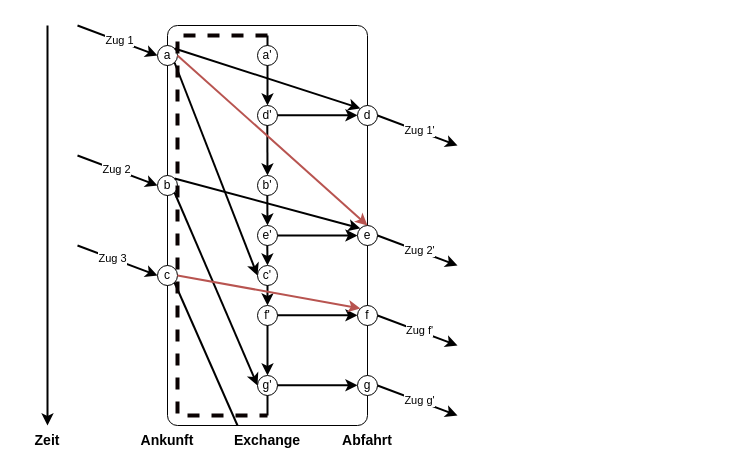
The draw.io diagram __draw.io_raw/time_expanded_constant_interchange.drawio in SomeDudeOnThisPage/TUDA-SeminarTimetables-Slides, before the edit. Source tidied: cells renumbered, new cells numbered last; positions are measured from the earlier drawing's top-left corner, leaving out a move shared by most shapes. Both pictures are drawn from the tidied source at 100%, with x=0, y=0 at pixel (17, 25).
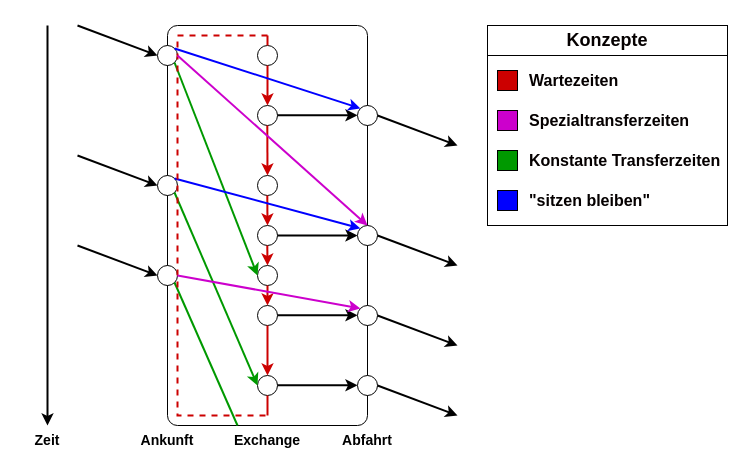
The same page after the edit.

Unchanged cells that the change refers to:
```xml
<mxCell id="10" style="endArrow=classic;html=1;rounded=0;strokeWidth=2;" parent="1" edge="1">
  <mxGeometry relative="1" as="geometry">
    <mxPoint x="60" as="sourcePoint" />
    <mxPoint x="140" y="30" as="targetPoint" />
  </mxGeometry>
</mxCell>
<mxCell id="12" style="endArrow=classic;html=1;rounded=0;strokeWidth=2;" parent="1" edge="1">
  <mxGeometry relative="1" as="geometry">
    <mxPoint x="60" y="130" as="sourcePoint" />
    <mxPoint x="140" y="160" as="targetPoint" />
  </mxGeometry>
</mxCell>
<mxCell id="14" style="endArrow=classic;html=1;rounded=0;strokeWidth=2;" parent="1" edge="1">
  <mxGeometry relative="1" as="geometry">
    <mxPoint x="60" y="220" as="sourcePoint" />
    <mxPoint x="140" y="250" as="targetPoint" />
  </mxGeometry>
</mxCell>
<mxCell id="18" style="endArrow=classic;html=1;rounded=0;strokeWidth=2;" parent="1" edge="1">
  <mxGeometry relative="1" as="geometry">
    <mxPoint x="360" y="90" as="sourcePoint" />
    <mxPoint x="440" y="120" as="targetPoint" />
  </mxGeometry>
</mxCell>
<mxCell id="20" style="endArrow=classic;html=1;rounded=0;strokeWidth=2;" parent="1" edge="1">
  <mxGeometry relative="1" as="geometry">
    <mxPoint x="360" y="210" as="sourcePoint" />
    <mxPoint x="440" y="240" as="targetPoint" />
  </mxGeometry>
</mxCell>
<mxCell id="22" style="endArrow=classic;html=1;rounded=0;strokeWidth=2;" parent="1" edge="1">
  <mxGeometry relative="1" as="geometry">
    <mxPoint x="360" y="290" as="sourcePoint" />
    <mxPoint x="440" y="320" as="targetPoint" />
  </mxGeometry>
</mxCell>
<mxCell id="24" style="endArrow=classic;html=1;rounded=0;strokeWidth=2;" parent="1" edge="1">
  <mxGeometry relative="1" as="geometry">
    <mxPoint x="360" y="360" as="sourcePoint" />
    <mxPoint x="440" y="390" as="targetPoint" />
  </mxGeometry>
</mxCell>
```

What changed in the source:
```diff
@@
+    <mxCell id="56" style="rounded=0;whiteSpace=wrap;html=1;" parent="1" vertex="1">
+      <mxGeometry x="470" width="240" height="200" as="geometry" />
+    </mxCell>
@@
-    <mxCell id="3" value="a" style="ellipse;whiteSpace=wrap;html=1;" parent="1" vertex="1">
+    <mxCell id="3" style="ellipse;whiteSpace=wrap;html=1;" parent="1" vertex="1">
       <mxGeometry x="140" y="20" width="20" height="20" as="geometry" />
     </mxCell>
-    <mxCell id="4" value="b" style="ellipse;whiteSpace=wrap;html=1;" parent="1" vertex="1">
+    <mxCell id="4" style="ellipse;whiteSpace=wrap;html=1;" parent="1" vertex="1">
       <mxGeometry x="140" y="150" width="20" height="20" as="geometry" />
     </mxCell>
-    <mxCell id="5" value="d" style="ellipse;whiteSpace=wrap;html=1;" parent="1" vertex="1">
+    <mxCell id="5" style="ellipse;whiteSpace=wrap;html=1;" parent="1" vertex="1">
       <mxGeometry x="340" y="80" width="20" height="20" as="geometry" />
     </mxCell>
-    <mxCell id="6" value="f" style="ellipse;whiteSpace=wrap;html=1;" parent="1" vertex="1">
+    <mxCell id="6" style="ellipse;whiteSpace=wrap;html=1;" parent="1" vertex="1">
       <mxGeometry x="340" y="280" width="20" height="20" as="geometry" />
     </mxCell>
@@
-    <mxCell id="9" value="c" style="ellipse;whiteSpace=wrap;html=1;" parent="1" vertex="1">
+    <mxCell id="9" style="ellipse;whiteSpace=wrap;html=1;" parent="1" vertex="1">
       <mxGeometry x="140" y="240" width="20" height="20" as="geometry" />
     </mxCell>
@@
-    <mxCell id="11" value="Zug 1" style="edgeLabel;html=1;align=center;verticalAlign=middle;" parent="10" vertex="1">
-      <mxGeometry x="0.02" y="1" relative="1" as="geometry" />
-    </mxCell>
@@
-    <mxCell id="13" value="Zug 2" style="edgeLabel;html=1;align=center;verticalAlign=middle;" parent="12" vertex="1">
-      <mxGeometry x="-0.03" y="1" relative="1" as="geometry" />
-    </mxCell>
@@
-    <mxCell id="15" value="Zug 3" style="edgeLabel;html=1;align=center;verticalAlign=middle;" parent="14" vertex="1">
-      <mxGeometry x="-0.13" relative="1" as="geometry" />
-    </mxCell>
-    <mxCell id="16" value="g" style="ellipse;whiteSpace=wrap;html=1;" parent="1" vertex="1">
+    <mxCell id="16" style="ellipse;whiteSpace=wrap;html=1;" parent="1" vertex="1">
       <mxGeometry x="340" y="350" width="20" height="20" as="geometry" />
     </mxCell>
-    <mxCell id="17" value="e" style="ellipse;whiteSpace=wrap;html=1;" parent="1" vertex="1">
+    <mxCell id="17" style="ellipse;whiteSpace=wrap;html=1;" parent="1" vertex="1">
       <mxGeometry x="340" y="200" width="20" height="20" as="geometry" />
     </mxCell>
@@
-    <mxCell id="19" value="Zug 1'" style="edgeLabel;html=1;align=center;verticalAlign=middle;" parent="18" vertex="1">
-      <mxGeometry x="0.02" y="1" relative="1" as="geometry" />
-    </mxCell>
@@
-    <mxCell id="21" value="Zug 2'" style="edgeLabel;html=1;align=center;verticalAlign=middle;" parent="20" vertex="1">
-      <mxGeometry x="0.02" y="1" relative="1" as="geometry" />
-    </mxCell>
@@
-    <mxCell id="23" value="Zug f'" style="edgeLabel;html=1;align=center;verticalAlign=middle;" parent="22" vertex="1">
-      <mxGeometry x="0.02" y="1" relative="1" as="geometry" />
-    </mxCell>
@@
-    <mxCell id="25" value="Zug g'" style="edgeLabel;html=1;align=center;verticalAlign=middle;" parent="24" vertex="1">
-      <mxGeometry x="0.02" y="1" relative="1" as="geometry" />
-    </mxCell>
@@
-    <mxCell id="29" value="f'" style="ellipse;whiteSpace=wrap;html=1;" parent="1" vertex="1">
+    <mxCell id="29" style="ellipse;whiteSpace=wrap;html=1;" parent="1" vertex="1">
       <mxGeometry x="240" y="280" width="20" height="20" as="geometry" />
     </mxCell>
-    <mxCell id="30" value="g'" style="ellipse;whiteSpace=wrap;html=1;" parent="1" vertex="1">
+    <mxCell id="30" style="ellipse;whiteSpace=wrap;html=1;" parent="1" vertex="1">
       <mxGeometry x="240" y="350" width="20" height="20" as="geometry" />
     </mxCell>
-    <mxCell id="31" value="e'" style="ellipse;whiteSpace=wrap;html=1;" parent="1" vertex="1">
+    <mxCell id="31" style="ellipse;whiteSpace=wrap;html=1;" parent="1" vertex="1">
       <mxGeometry x="240" y="200" width="20" height="20" as="geometry" />
     </mxCell>
-    <mxCell id="32" value="b'" style="ellipse;whiteSpace=wrap;html=1;" parent="1" vertex="1">
+    <mxCell id="32" style="ellipse;whiteSpace=wrap;html=1;" parent="1" vertex="1">
       <mxGeometry x="240" y="150" width="20" height="20" as="geometry" />
     </mxCell>
-    <mxCell id="33" value="a'" style="ellipse;whiteSpace=wrap;html=1;" parent="1" vertex="1">
+    <mxCell id="33" style="ellipse;whiteSpace=wrap;html=1;" parent="1" vertex="1">
       <mxGeometry x="240" y="20" width="20" height="20" as="geometry" />
     </mxCell>
-    <mxCell id="34" value="d'" style="ellipse;whiteSpace=wrap;html=1;" parent="1" vertex="1">
+    <mxCell id="34" style="ellipse;whiteSpace=wrap;html=1;" parent="1" vertex="1">
       <mxGeometry x="240" y="80" width="20" height="20" as="geometry" />
     </mxCell>
-    <mxCell id="35" value="c'" style="ellipse;whiteSpace=wrap;html=1;" parent="1" vertex="1">
+    <mxCell id="35" style="ellipse;whiteSpace=wrap;html=1;" parent="1" vertex="1">
       <mxGeometry x="240" y="240" width="20" height="20" as="geometry" />
     </mxCell>
-    <mxCell id="36" style="endArrow=classic;html=1;rounded=0;entryX=0.5;entryY=0;entryDx=0;entryDy=0;strokeWidth=2;" parent="1" edge="1" target="34">
+    <mxCell id="36" style="endArrow=classic;html=1;rounded=0;entryX=0.5;entryY=0;entryDx=0;entryDy=0;strokeWidth=2;strokeColor=#CC0000;" parent="1" edge="1" target="34">
       <mxGeometry relative="1" as="geometry">
         <mxPoint x="250" y="40" as="sourcePoint" />
       </mxGeometry>
     </mxCell>
-    <mxCell id="37" style="endArrow=classic;html=1;rounded=0;strokeWidth=2;" parent="1" edge="1">
+    <mxCell id="37" style="endArrow=classic;html=1;rounded=0;strokeWidth=2;strokeColor=#CC0000;" parent="1" edge="1">
       <mxGeometry relative="1" as="geometry">
         <mxPoint x="249.8" y="100" as="sourcePoint" />
         <mxPoint x="250" y="150" as="targetPoint" />
       </mxGeometry>
     </mxCell>
-    <mxCell id="38" style="endArrow=classic;html=1;rounded=0;strokeWidth=2;" parent="1" edge="1">
+    <mxCell id="38" style="endArrow=classic;html=1;rounded=0;strokeWidth=2;strokeColor=#CC0000;" parent="1" edge="1">
       <mxGeometry relative="1" as="geometry">
         <mxPoint x="249.8" y="170" as="sourcePoint" />
         <mxPoint x="250" y="200" as="targetPoint" />
       </mxGeometry>
     </mxCell>
-    <mxCell id="39" style="endArrow=classic;html=1;rounded=0;strokeWidth=2;" parent="1" edge="1">
+    <mxCell id="39" style="endArrow=classic;html=1;rounded=0;strokeWidth=2;strokeColor=#CC0000;" parent="1" edge="1">
       <mxGeometry relative="1" as="geometry">
         <mxPoint x="249.8" y="220" as="sourcePoint" />
         <mxPoint x="250" y="240" as="targetPoint" />
       </mxGeometry>
     </mxCell>
-    <mxCell id="40" style="endArrow=classic;html=1;rounded=0;entryX=0.5;entryY=0;entryDx=0;entryDy=0;exitX=0.5;exitY=1;exitDx=0;exitDy=0;strokeWidth=2;" parent="1" edge="1" source="35" target="29">
+    <mxCell id="40" style="endArrow=classic;html=1;rounded=0;entryX=0.5;entryY=0;entryDx=0;entryDy=0;exitX=0.5;exitY=1;exitDx=0;exitDy=0;strokeWidth=2;strokeColor=#CC0000;" parent="1" edge="1" source="35" target="29">
       <mxGeometry relative="1" as="geometry" />
     </mxCell>
-    <mxCell id="41" style="endArrow=classic;html=1;rounded=0;entryX=0.5;entryY=0;entryDx=0;entryDy=0;exitX=0.5;exitY=1;exitDx=0;exitDy=0;strokeWidth=2;" parent="1" edge="1" source="29" target="30">
+    <mxCell id="41" style="endArrow=classic;html=1;rounded=0;entryX=0.5;entryY=0;entryDx=0;entryDy=0;exitX=0.5;exitY=1;exitDx=0;exitDy=0;strokeWidth=2;strokeColor=#CC0000;" parent="1" edge="1" source="29" target="30">
       <mxGeometry relative="1" as="geometry" />
     </mxCell>
-    <mxCell id="42" style="endArrow=none;html=1;rounded=0;strokeWidth=2;" parent="1" edge="1">
+    <mxCell id="42" style="endArrow=none;html=1;rounded=0;strokeWidth=2;strokeColor=#CC0000;" parent="1" edge="1">
       <mxGeometry relative="1" as="geometry">
         <mxPoint x="250" y="390" as="sourcePoint" />
         <mxPoint x="250" y="370" as="targetPoint" />
       </mxGeometry>
     </mxCell>
-    <mxCell id="43" style="endArrow=none;html=1;rounded=0;strokeWidth=2;" parent="1" edge="1">
+    <mxCell id="43" style="endArrow=none;html=1;rounded=0;strokeWidth=2;strokeColor=#CC0000;" parent="1" edge="1">
       <mxGeometry relative="1" as="geometry">
         <mxPoint x="250" y="20" as="sourcePoint" />
         <mxPoint x="250" y="10" as="targetPoint" />
       </mxGeometry>
     </mxCell>
@@
-    <mxCell id="48" style="endArrow=classic;html=1;rounded=0;exitX=1;exitY=1;exitDx=0;exitDy=0;entryX=0;entryY=0.5;entryDx=0;entryDy=0;strokeWidth=2;" parent="1" edge="1">
+    <mxCell id="48" style="endArrow=classic;html=1;rounded=0;exitX=1;exitY=1;exitDx=0;exitDy=0;entryX=0;entryY=0.5;entryDx=0;entryDy=0;strokeWidth=2;strokeColor=#009900;" parent="1" edge="1">
       <mxGeometry relative="1" as="geometry">
         <mxPoint x="157" y="37" as="sourcePoint" />
         <mxPoint x="240" y="250" as="targetPoint" />
       </mxGeometry>
     </mxCell>
-    <mxCell id="49" style="endArrow=classic;html=1;rounded=0;exitX=1;exitY=1;exitDx=0;exitDy=0;entryX=0;entryY=0.5;entryDx=0;entryDy=0;strokeWidth=2;" parent="1" edge="1">
+    <mxCell id="49" style="endArrow=classic;html=1;rounded=0;exitX=1;exitY=1;exitDx=0;exitDy=0;entryX=0;entryY=0.5;entryDx=0;entryDy=0;strokeWidth=2;strokeColor=#009900;" parent="1" edge="1">
       <mxGeometry relative="1" as="geometry">
         <mxPoint x="157" y="167" as="sourcePoint" />
         <mxPoint x="240" y="360" as="targetPoint" />
       </mxGeometry>
     </mxCell>
-    <mxCell id="50" style="endArrow=none;html=1;rounded=0;entryX=1;entryY=1;entryDx=0;entryDy=0;strokeWidth=2;" parent="1" edge="1">
+    <mxCell id="50" style="endArrow=none;html=1;rounded=0;entryX=1;entryY=1;entryDx=0;entryDy=0;strokeWidth=2;strokeColor=#009900;" parent="1" edge="1">
       <mxGeometry relative="1" as="geometry">
         <mxPoint x="220" y="400" as="sourcePoint" />
         <mxPoint x="157" y="257" as="targetPoint" />
       </mxGeometry>
     </mxCell>
-    <mxCell id="51" style="endArrow=classic;html=1;rounded=0;exitX=1;exitY=0;exitDx=0;exitDy=0;entryX=0;entryY=0;entryDx=0;entryDy=0;strokeWidth=2;" parent="1" edge="1" source="3" target="5">
+    <mxCell id="51" style="endArrow=classic;html=1;rounded=0;exitX=1;exitY=0;exitDx=0;exitDy=0;entryX=0;entryY=0;entryDx=0;entryDy=0;strokeWidth=2;strokeColor=#0000FF;" parent="1" edge="1" source="3" target="5">
       <mxGeometry relative="1" as="geometry" />
     </mxCell>
-    <mxCell id="52" style="endArrow=classic;html=1;rounded=0;exitX=1;exitY=0;exitDx=0;exitDy=0;entryX=0;entryY=0;entryDx=0;entryDy=0;strokeWidth=2;" parent="1" edge="1" source="4" target="17">
+    <mxCell id="52" style="endArrow=classic;html=1;rounded=0;exitX=1;exitY=0;exitDx=0;exitDy=0;entryX=0;entryY=0;entryDx=0;entryDy=0;strokeWidth=2;strokeColor=#0000FF;" parent="1" edge="1" source="4" target="17">
       <mxGeometry relative="1" as="geometry" />
     </mxCell>
-    <mxCell id="53" style="endArrow=none;dashed=1;html=1;rounded=0;strokeWidth=4;fillColor=#f8cecc;strokeColor=#0A0202;" parent="1" edge="1">
+    <mxCell id="53" style="endArrow=none;dashed=1;html=1;rounded=0;strokeWidth=2;fillColor=#f8cecc;strokeColor=#CC0000;" parent="1" edge="1">
       <mxGeometry relative="1" as="geometry">
         <mxPoint x="250" y="10" as="sourcePoint" />
         <mxPoint x="250" y="390" as="targetPoint" />
         <Array as="points">
           <mxPoint x="160" y="10" />
           <mxPoint x="160" y="390" />
         </Array>
       </mxGeometry>
     </mxCell>
-    <mxCell id="54" style="endArrow=classic;html=1;rounded=0;entryX=0.5;entryY=0;entryDx=0;entryDy=0;strokeWidth=2;fillColor=#f8cecc;strokeColor=#b85450;" parent="1" edge="1" target="17">
+    <mxCell id="54" style="endArrow=classic;html=1;rounded=0;entryX=0.5;entryY=0;entryDx=0;entryDy=0;strokeWidth=2;fillColor=#f8cecc;strokeColor=#CC00CC;" parent="1" edge="1" target="17">
       <mxGeometry relative="1" as="geometry">
         <mxPoint x="160" y="30" as="sourcePoint" />
       </mxGeometry>
     </mxCell>
-    <mxCell id="55" style="endArrow=classic;html=1;rounded=0;exitX=1;exitY=0.5;exitDx=0;exitDy=0;entryX=0;entryY=0;entryDx=0;entryDy=0;strokeWidth=2;fillColor=#f8cecc;strokeColor=#b85450;" parent="1" edge="1" source="9" target="6">
+    <mxCell id="55" style="endArrow=classic;html=1;rounded=0;exitX=1;exitY=0.5;exitDx=0;exitDy=0;entryX=0;entryY=0;entryDx=0;entryDy=0;strokeWidth=2;fillColor=#f8cecc;strokeColor=#CC00CC;" parent="1" edge="1" source="9" target="6">
       <mxGeometry relative="1" as="geometry" />
     </mxCell>
+    <mxCell id="57" value="Wartezeiten" style="text;html=1;strokeColor=none;fillColor=none;align=left;verticalAlign=middle;whiteSpace=wrap;rounded=0;fontSize=16;fontStyle=1;fontColor=#050000;" parent="1" vertex="1">
+      <mxGeometry x="510" y="40" width="160" height="30" as="geometry" />
+    </mxCell>
+    <mxCell id="58" value="&quot;sitzen bleiben&quot;" style="text;html=1;strokeColor=none;fillColor=none;align=left;verticalAlign=middle;whiteSpace=wrap;rounded=0;fontSize=16;fontStyle=1;fontColor=#050000;" parent="1" vertex="1">
+      <mxGeometry x="510" y="160" width="176" height="30" as="geometry" />
+    </mxCell>
+    <mxCell id="59" value="Spezialtransferzeiten" style="text;html=1;strokeColor=none;fillColor=none;align=left;verticalAlign=middle;whiteSpace=wrap;rounded=0;fontSize=16;fontStyle=1;fontColor=#050000;" parent="1" vertex="1">
+      <mxGeometry x="510" y="80" width="186" height="30" as="geometry" />
+    </mxCell>
+    <mxCell id="60" value="Konstante Transferzeiten" style="text;html=1;strokeColor=none;fillColor=none;align=left;verticalAlign=middle;whiteSpace=wrap;rounded=0;fontSize=16;fontStyle=1;fontColor=#050000;" parent="1" vertex="1">
+      <mxGeometry x="510" y="120" width="196" height="30" as="geometry" />
+    </mxCell>
+    <mxCell id="61" value="Konzepte" style="text;html=1;strokeColor=none;fillColor=none;align=center;verticalAlign=middle;whiteSpace=wrap;rounded=0;fontSize=18;fontStyle=1;fontColor=#050000;" parent="1" vertex="1">
+      <mxGeometry x="470" width="240" height="30" as="geometry" />
+    </mxCell>
+    <mxCell id="62" style="endArrow=none;html=1;rounded=0;exitX=1;exitY=1;exitDx=0;exitDy=0;entryX=0;entryY=1;entryDx=0;entryDy=0;" parent="1" edge="1" source="61" target="61">
+      <mxGeometry relative="1" as="geometry" />
+    </mxCell>
+    <mxCell id="63" style="rounded=0;whiteSpace=wrap;html=1;fontColor=#CC0000;fillColor=#CC0000;" parent="1" vertex="1">
+      <mxGeometry x="480" y="45" width="20" height="20" as="geometry" />
+    </mxCell>
+    <mxCell id="64" style="rounded=0;whiteSpace=wrap;html=1;strokeColor=#050000;fillColor=#CC00CC;" parent="1" vertex="1">
+      <mxGeometry x="480" y="85" width="20" height="20" as="geometry" />
+    </mxCell>
+    <mxCell id="65" style="rounded=0;whiteSpace=wrap;html=1;fillColor=#009900;" parent="1" vertex="1">
+      <mxGeometry x="480" y="125" width="20" height="20" as="geometry" />
+    </mxCell>
+    <mxCell id="66" style="rounded=0;whiteSpace=wrap;html=1;fillColor=#0000FF;" parent="1" vertex="1">
+      <mxGeometry x="480" y="165" width="20" height="20" as="geometry" />
+    </mxCell>
```
